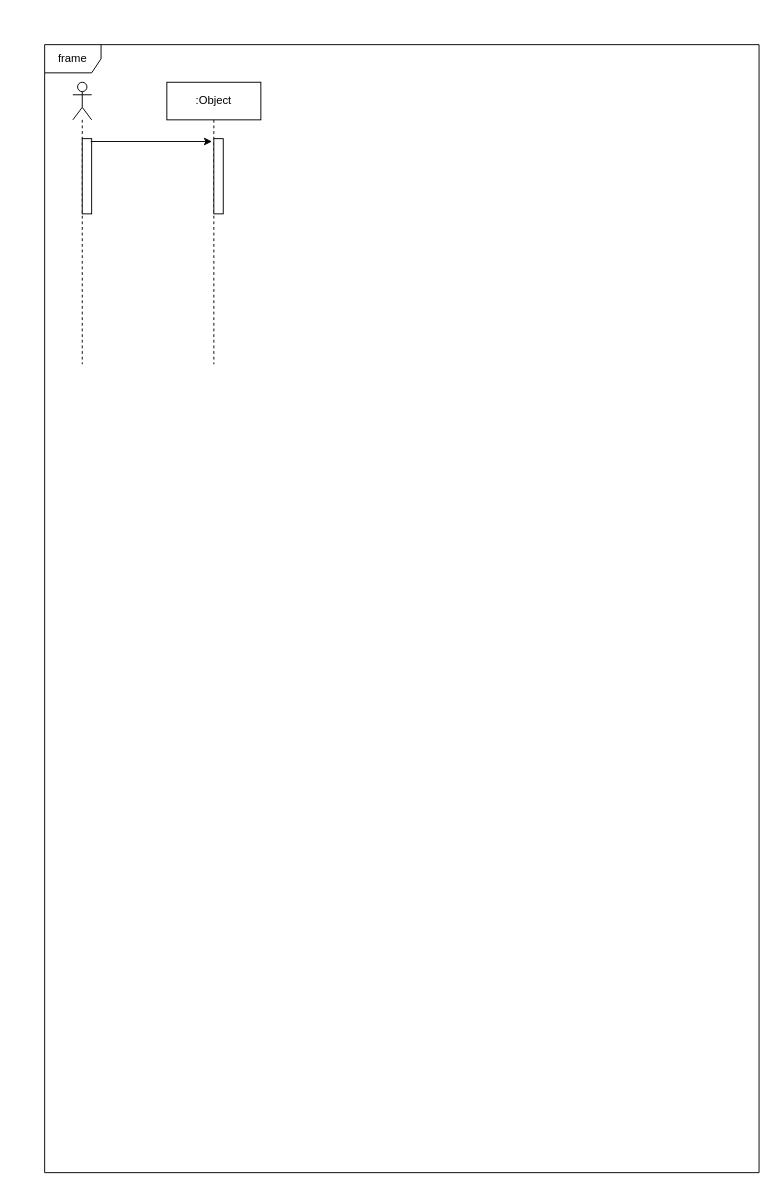
Earlier version of the draw.io diagram DiagramaSequenciaPETS.drawio (henrique-souza/uml_exercises). Source tidied: cells renumbered, new cells numbered last; positions are measured from the earlier drawing's top-left corner, leaving out a move shared by most shapes. Both pictures are drawn from the tidied source at 94%, with x=0, y=0 at pixel (44, 44).
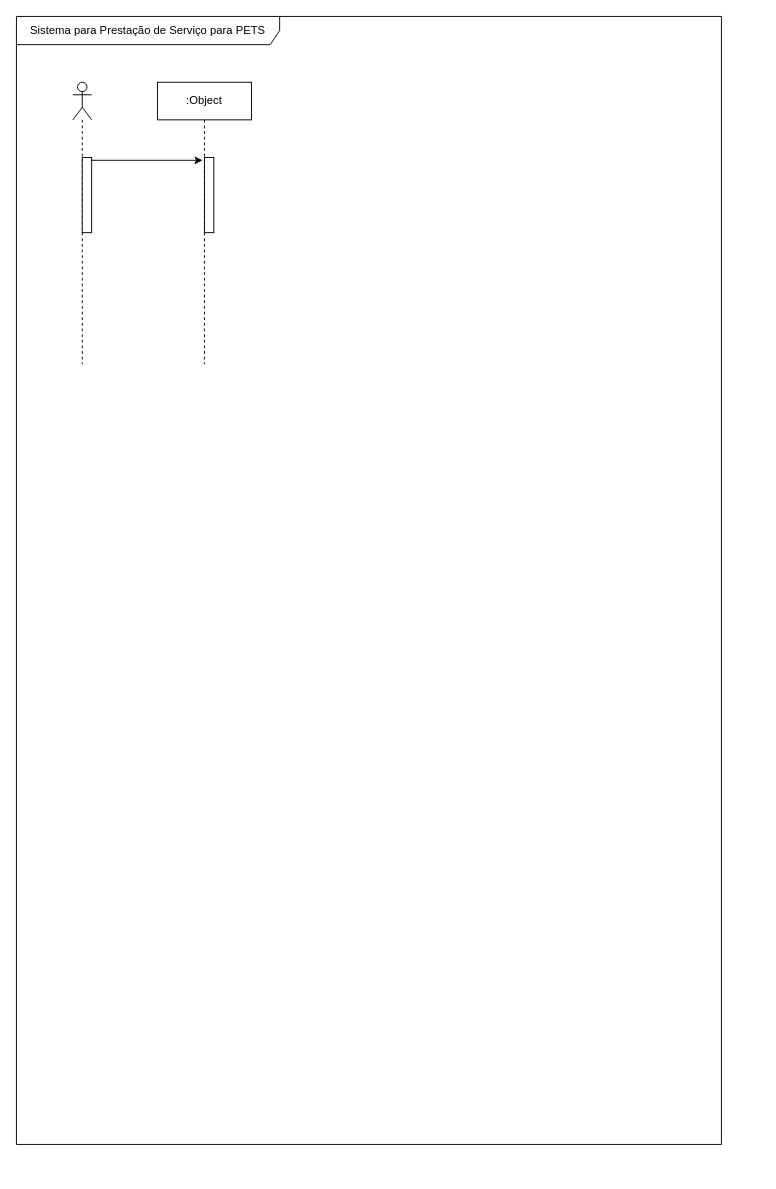
Above is the later version.

The edit, as a diff of the source:
```diff
@@
 <mxGraphModel>
   <root>
     <mxCell id="0" />
     <mxCell id="1" parent="0" />
+    <mxCell id="7" value="Sistema para Prestação de Serviço para PETS" style="shape=umlFrame;whiteSpace=wrap;html=1;sketch=0;width=280;height=30;" parent="1" vertex="1">
+      <mxGeometry x="-30" y="-30" width="750" height="1200" as="geometry" />
+    </mxCell>
     <mxCell id="2" style="shape=umlLifeline;participant=umlActor;perimeter=lifelinePerimeter;whiteSpace=wrap;html=1;verticalAlign=top;spacingTop=36;rounded=0;sketch=0;" parent="1" vertex="1">
       <mxGeometry x="30" y="40" width="20" height="300" as="geometry" />
     </mxCell>
     <mxCell id="3" style="html=1;points=[];perimeter=orthogonalPerimeter;sketch=0;" parent="2" vertex="1">
-      <mxGeometry x="10" y="60" width="10" height="80" as="geometry" />
+      <mxGeometry x="10" y="80" width="10" height="80" as="geometry" />
     </mxCell>
     <mxCell id="4" value=":Object" style="shape=umlLifeline;perimeter=lifelinePerimeter;whiteSpace=wrap;html=1;rounded=0;sketch=0;" parent="1" vertex="1">
-      <mxGeometry x="130" y="40" width="100" height="300" as="geometry" />
+      <mxGeometry x="120" y="40" width="100" height="300" as="geometry" />
     </mxCell>
     <mxCell id="5" style="html=1;points=[];perimeter=orthogonalPerimeter;sketch=0;" parent="4" vertex="1">
-      <mxGeometry x="50" y="60" width="10" height="80" as="geometry" />
+      <mxGeometry x="50" y="80" width="10" height="80" as="geometry" />
     </mxCell>
     <mxCell id="6" style="edgeStyle=orthogonalEdgeStyle;rounded=0;sketch=0;jettySize=auto;html=1;entryX=-0.2;entryY=0.038;entryDx=0;entryDy=0;entryPerimeter=0;exitX=0.9;exitY=0.038;exitDx=0;exitDy=0;exitPerimeter=0;" parent="1" edge="1" source="3" target="5">
       <mxGeometry relative="1" as="geometry" />
     </mxCell>
-    <mxCell id="7" value="frame" style="shape=umlFrame;whiteSpace=wrap;html=1;sketch=0;" parent="1" vertex="1">
-      <mxGeometry width="760" height="1200" as="geometry" />
-    </mxCell>
   </root>
 </mxGraphModel>
```
